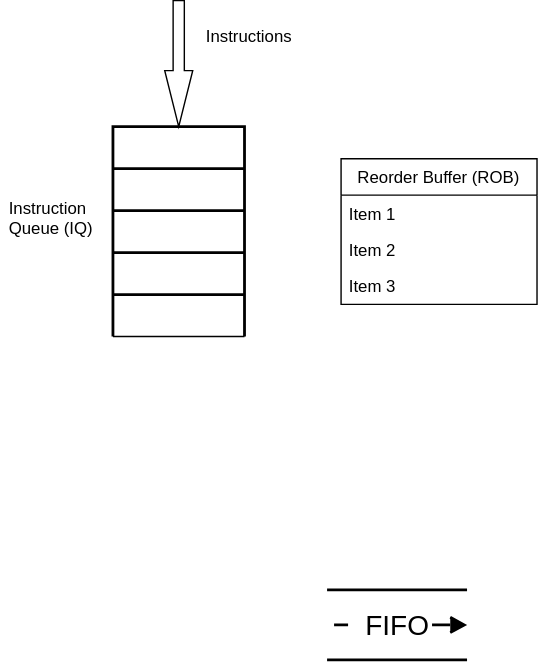
Before: design.svg, a diagram exported from draw.io (Vexoben/RISCV-CPU-for-Course). Source tidied: cells renumbered, new cells last; positions are measured from the earlier drawing's top-left corner, leaving out a move shared by most shapes.
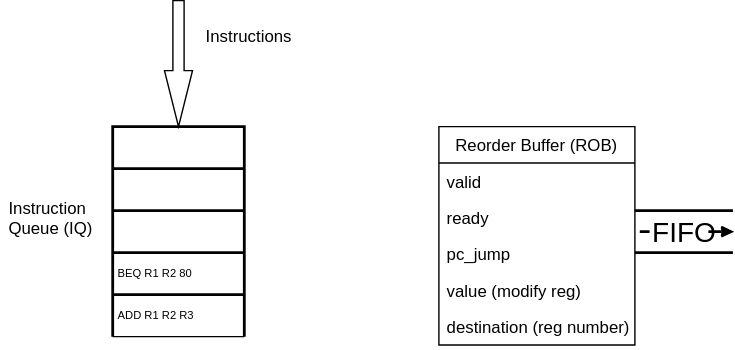
Above is the later version.

Change to the diagram source:
```diff
@@ -5,17 +5,20 @@
     <mxCell id="2" style="strokeWidth=2;html=1;shape=mxgraph.lean_mapping.data_box;html=1;" parent="1" vertex="1">
       <mxGeometry x="80" y="90" width="94" height="150" as="geometry" />
     </mxCell>
-    <mxCell id="3" style="text;fontSize=8;spacingLeft=2;verticalAlign=middle;html=1;" parent="2" vertex="1">
+    <mxCell id="3" value="ADD R1 R2 R3" style="text;fontSize=8;spacingLeft=2;verticalAlign=middle;html=1;" parent="2" vertex="1">
       <mxGeometry y="120" width="94" height="30" as="geometry" />
     </mxCell>
     <mxCell id="4" style="endArrow=none;html=1;rounded=0;entryX=1;entryY=1;entryDx=0;entryDy=0;exitX=0;exitY=1;exitDx=0;exitDy=0;" parent="2" edge="1" source="3" target="3">
       <mxGeometry relative="1" as="geometry" />
     </mxCell>
+    <mxCell id="13" value="BEQ R1 R2 80" style="text;fontSize=8;spacingLeft=2;verticalAlign=middle;html=1;" parent="2" vertex="1">
+      <mxGeometry y="90" width="94" height="30" as="geometry" />
+    </mxCell>
     <mxCell id="5" value="Instruction&#10;Queue (IQ)&#10;" style="text;strokeColor=none;fillColor=none;align=left;verticalAlign=middle;spacingLeft=4;spacingRight=4;overflow=hidden;" parent="1" vertex="1">
       <mxGeometry y="139.9" width="80" height="30" as="geometry" />
     </mxCell>
     <mxCell id="6" value="FIFO" style="strokeWidth=2;html=1;shape=mxgraph.lean_mapping.fifo_sequence_flow;fontStyle=0;fontSize=20;align=center;" parent="1" vertex="1">
-      <mxGeometry x="233" y="421" width="100" height="50" as="geometry" />
+      <mxGeometry x="453" y="149.9" width="70" height="30" as="geometry" />
     </mxCell>
     <mxCell id="7" style="html=1;shadow=0;dashed=0;align=center;verticalAlign=middle;shape=mxgraph.arrows2.arrow;dy=0.6;dx=40;direction=south;notch=0;" parent="1" vertex="1">
       <mxGeometry x="117" y="-0.1" width="20" height="90" as="geometry" />
@@ -24,16 +27,22 @@
       <mxGeometry x="137" y="11" width="80" height="30" as="geometry" />
     </mxCell>
     <mxCell id="9" value="Reorder Buffer (ROB)" style="swimlane;fontStyle=0;horizontal=1;startSize=26;fillColor=none;" parent="1" vertex="1">
-      <mxGeometry x="243" y="113" width="140" height="104" as="geometry" />
+      <mxGeometry x="313" y="90" width="140" height="156" as="geometry" />
     </mxCell>
-    <mxCell id="10" value="Item 1" style="text;strokeColor=none;fillColor=none;align=left;verticalAlign=top;spacingLeft=4;spacingRight=4;overflow=hidden;" parent="9" vertex="1">
+    <mxCell id="10" value="valid" style="text;strokeColor=none;fillColor=none;align=left;verticalAlign=top;spacingLeft=4;spacingRight=4;overflow=hidden;" parent="9" vertex="1">
       <mxGeometry y="26" width="140" height="26" as="geometry" />
     </mxCell>
-    <mxCell id="11" value="Item 2" style="text;strokeColor=none;fillColor=none;align=left;verticalAlign=top;spacingLeft=4;spacingRight=4;overflow=hidden;" parent="9" vertex="1">
+    <mxCell id="11" value="ready" style="text;strokeColor=none;fillColor=none;align=left;verticalAlign=top;spacingLeft=4;spacingRight=4;overflow=hidden;" parent="9" vertex="1">
       <mxGeometry y="52" width="140" height="26" as="geometry" />
     </mxCell>
+    <mxCell id="14" value="pc_jump" style="text;strokeColor=none;fillColor=none;align=left;verticalAlign=top;spacingLeft=4;spacingRight=4;overflow=hidden;" parent="9" vertex="1">
+      <mxGeometry y="78" width="140" height="26" as="geometry" />
+    </mxCell>
+    <mxCell id="15" value="value (modify reg)" style="text;strokeColor=none;fillColor=none;align=left;verticalAlign=top;spacingLeft=4;spacingRight=4;overflow=hidden;" parent="9" vertex="1">
+      <mxGeometry y="104" width="140" height="26" as="geometry" />
+    </mxCell>
-    <mxCell id="12" value="Item 3" style="text;strokeColor=none;fillColor=none;align=left;verticalAlign=top;spacingLeft=4;spacingRight=4;overflow=hidden;" parent="9" vertex="1">
-      <mxGeometry y="78" width="140" height="26" as="geometry" />
+    <mxCell id="12" value="destination (reg number)" style="text;strokeColor=none;fillColor=none;align=left;verticalAlign=top;spacingLeft=4;spacingRight=4;overflow=hidden;" parent="9" vertex="1">
+      <mxGeometry y="130" width="140" height="26" as="geometry" />
     </mxCell>
   </root>
 </mxGraphModel>
```
